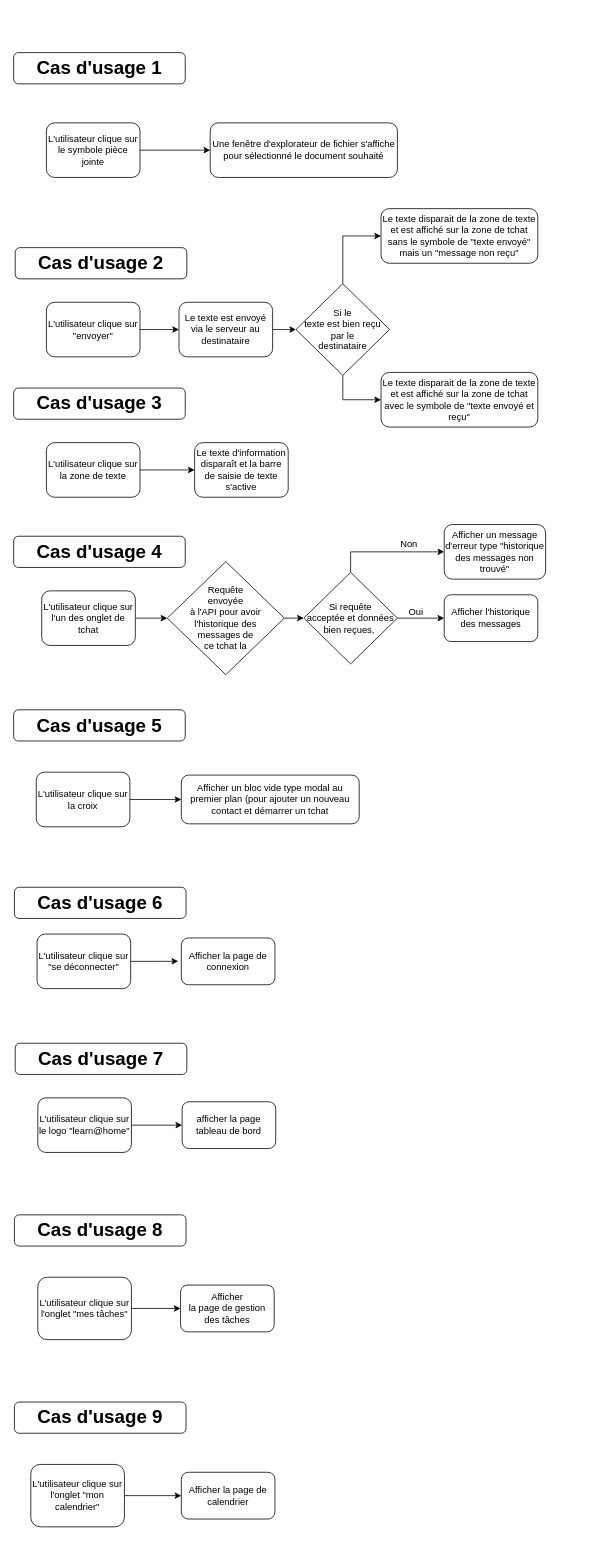
Above: page "Interface de tchat" (3 of 5) of Learn@Home_Diagrammes.drawio in Adv13/DENIE_Tiffany_10_03032022 (draw.io), before the change. Source tidied: cells renumbered, new cells numbered last; positions are measured from the earlier drawing's top-left corner, leaving out a move shared by most shapes. Both pictures are drawn from the tidied source at 78%, with x=0, y=0 at pixel (13, 52).
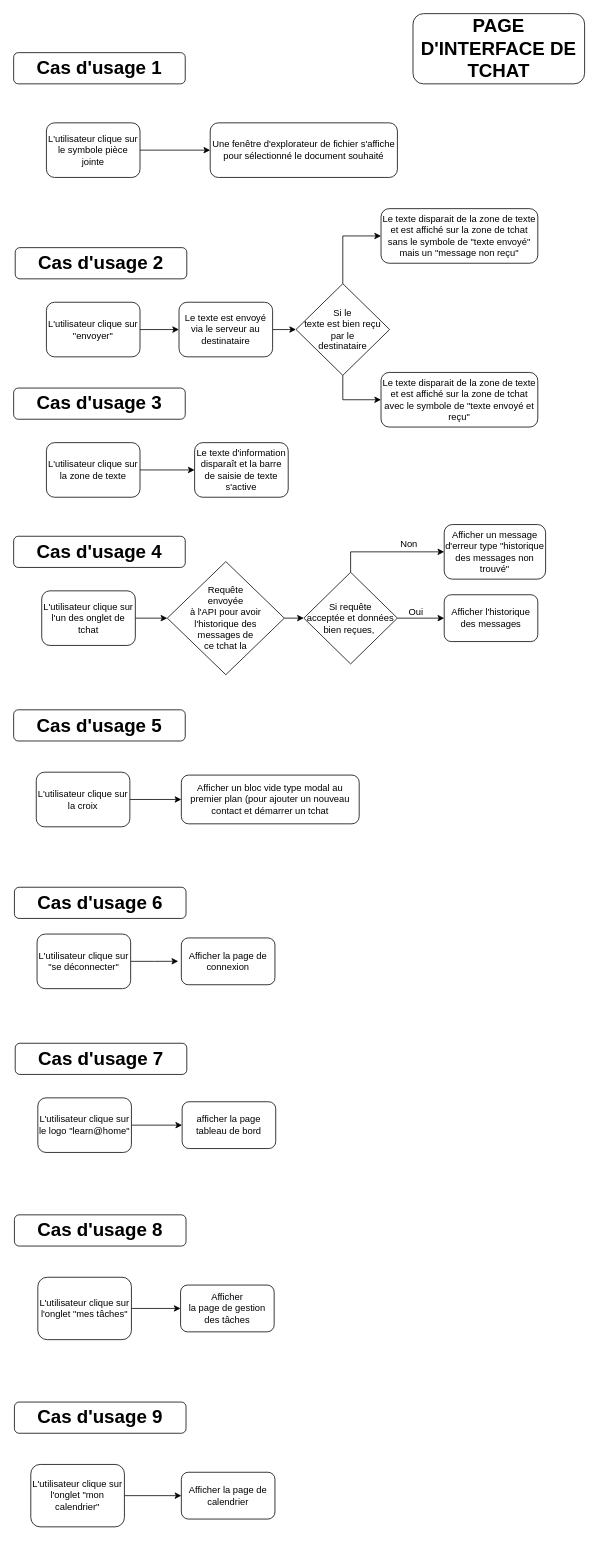
The same page after the edit.

What changed in the source:
```diff
@@
+    <mxCell id="52" value="&lt;b&gt;&lt;font style=&quot;font-size: 24px&quot;&gt;PAGE D'INTERFACE DE TCHAT&lt;/font&gt;&lt;/b&gt;" style="rounded=1;whiteSpace=wrap;html=1;fontSize=12;glass=0;strokeWidth=1;shadow=0;" parent="1" vertex="1">
+      <mxGeometry x="512" y="-50" width="220" height="90" as="geometry" />
+    </mxCell>
```
